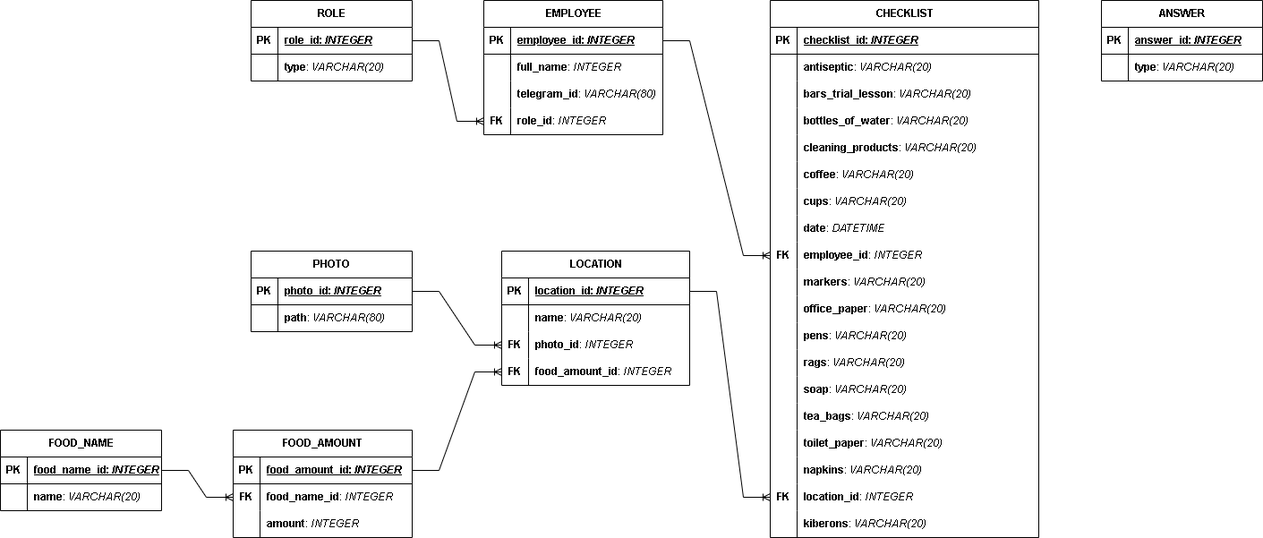
The draw.io diagram docs/KO_bot-DB.drawio.png in JovannaSG/TgBot_Kiberone, before a commit. Source tidied: cells renumbered, new cells last; positions are measured from the earlier drawing's top-left corner, leaving out a move shared by most shapes.
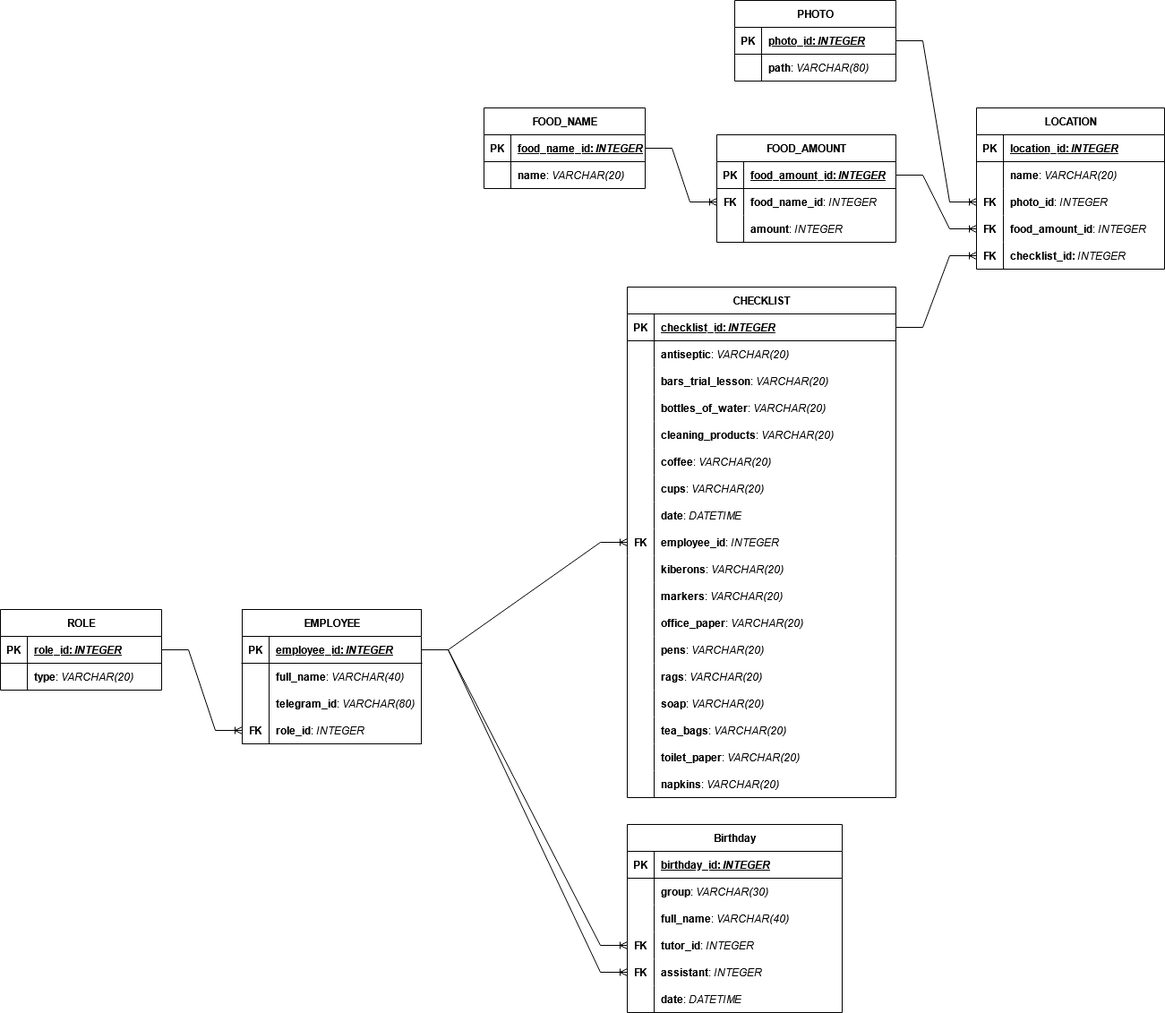
After the commit.

The edit, as a diff of the source:
```diff
@@ -4,4 +4,4 @@
     <mxCell id="1" parent="0" />
-    <mxCell id="2" value="&lt;b&gt;EMPLOYEE&lt;/b&gt;" style="shape=table;startSize=30;rowLines=0;fontStyle=1;align=center;html=1;" parent="1" vertex="1">
-      <mxGeometry x="540" width="200" height="150" as="geometry" />
+    <mxCell id="2" value="EMPLOYEE" style="shape=table;startSize=30;rowLines=0;fontStyle=1;align=center;html=1;" parent="1" vertex="1">
+      <mxGeometry x="40" y="560" width="200" height="150" as="geometry" />
     </mxCell>
@@ -22,3 +22,3 @@
     </mxCell>
-    <mxCell id="8" value="&lt;b&gt;full_name&lt;/b&gt;: &lt;i&gt;INTEGER&lt;/i&gt;" style="shape=partialRectangle;fillColor=none;top=0;left=0;bottom=0;right=0;align=left;spacingLeft=6;overflow=hidden;whiteSpace=wrap;html=1;" parent="6" vertex="1">
+    <mxCell id="8" value="&lt;b&gt;full_name&lt;/b&gt;: &lt;i&gt;VARCHAR(40)&lt;/i&gt;" style="shape=partialRectangle;fillColor=none;top=0;left=0;bottom=0;right=0;align=left;spacingLeft=6;overflow=hidden;whiteSpace=wrap;html=1;" parent="6" vertex="1">
       <mxGeometry x="30" width="170" height="30" as="geometry" />
@@ -44,3 +44,3 @@
     <mxCell id="15" value="CHECKLIST" style="shape=table;startSize=30;rowLines=0;fontStyle=1;align=center;html=1;" parent="1" vertex="1">
-      <mxGeometry x="860" width="300" height="600" as="geometry" />
+      <mxGeometry x="470" y="200" width="300" height="570" as="geometry" />
     </mxCell>
@@ -127,4 +127,13 @@
     </mxCell>
+    <mxCell id="130" style="shape=tableRow;horizontal=0;startSize=0;swimlaneHead=0;swimlaneBody=0;fillColor=none;top=0;left=0;right=0;bottom=0;" parent="15" vertex="1">
+      <mxGeometry y="300" width="300" height="30" as="geometry" />
+    </mxCell>
+    <mxCell id="131" style="shape=partialRectangle;fillColor=none;top=0;left=0;bottom=0;right=0;overflow=hidden;whiteSpace=wrap;html=1;" parent="130" vertex="1">
+      <mxGeometry width="30" height="30" as="geometry" />
+    </mxCell>
+    <mxCell id="72" value="&lt;b&gt;kiberons&lt;/b&gt;: &lt;i&gt;VARCHAR(20)&lt;/i&gt;" style="shape=partialRectangle;fillColor=none;top=0;left=0;bottom=0;right=0;align=left;spacingLeft=6;overflow=hidden;whiteSpace=wrap;html=1;" parent="130" vertex="1">
+      <mxGeometry x="30" width="270" height="30" as="geometry" />
+    </mxCell>
     <mxCell id="43" style="shape=tableRow;horizontal=0;startSize=0;swimlaneHead=0;swimlaneBody=0;fillColor=none;top=0;left=0;right=0;bottom=0;" parent="15" vertex="1">
-      <mxGeometry y="300" width="300" height="30" as="geometry" />
+      <mxGeometry y="330" width="300" height="30" as="geometry" />
     </mxCell>
@@ -137,3 +146,3 @@
     <mxCell id="46" style="shape=tableRow;horizontal=0;startSize=0;swimlaneHead=0;swimlaneBody=0;fillColor=none;top=0;left=0;right=0;bottom=0;" parent="15" vertex="1">
-      <mxGeometry y="330" width="300" height="30" as="geometry" />
+      <mxGeometry y="360" width="300" height="30" as="geometry" />
     </mxCell>
@@ -146,3 +155,3 @@
     <mxCell id="49" style="shape=tableRow;horizontal=0;startSize=0;swimlaneHead=0;swimlaneBody=0;fillColor=none;top=0;left=0;right=0;bottom=0;" parent="15" vertex="1">
-      <mxGeometry y="360" width="300" height="30" as="geometry" />
+      <mxGeometry y="390" width="300" height="30" as="geometry" />
     </mxCell>
@@ -155,3 +164,3 @@
     <mxCell id="52" style="shape=tableRow;horizontal=0;startSize=0;swimlaneHead=0;swimlaneBody=0;fillColor=none;top=0;left=0;right=0;bottom=0;" parent="15" vertex="1">
-      <mxGeometry y="390" width="300" height="30" as="geometry" />
+      <mxGeometry y="420" width="300" height="30" as="geometry" />
     </mxCell>
@@ -164,3 +173,3 @@
     <mxCell id="55" style="shape=tableRow;horizontal=0;startSize=0;swimlaneHead=0;swimlaneBody=0;fillColor=none;top=0;left=0;right=0;bottom=0;" parent="15" vertex="1">
-      <mxGeometry y="420" width="300" height="30" as="geometry" />
+      <mxGeometry y="450" width="300" height="30" as="geometry" />
     </mxCell>
@@ -173,3 +182,3 @@
     <mxCell id="58" style="shape=tableRow;horizontal=0;startSize=0;swimlaneHead=0;swimlaneBody=0;fillColor=none;top=0;left=0;right=0;bottom=0;" parent="15" vertex="1">
-      <mxGeometry y="450" width="300" height="30" as="geometry" />
+      <mxGeometry y="480" width="300" height="30" as="geometry" />
     </mxCell>
@@ -182,3 +191,3 @@
     <mxCell id="61" style="shape=tableRow;horizontal=0;startSize=0;swimlaneHead=0;swimlaneBody=0;fillColor=none;top=0;left=0;right=0;bottom=0;" parent="15" vertex="1">
-      <mxGeometry y="480" width="300" height="30" as="geometry" />
+      <mxGeometry y="510" width="300" height="30" as="geometry" />
     </mxCell>
@@ -191,3 +200,3 @@
     <mxCell id="64" style="shape=tableRow;horizontal=0;startSize=0;swimlaneHead=0;swimlaneBody=0;fillColor=none;top=0;left=0;right=0;bottom=0;" parent="15" vertex="1">
-      <mxGeometry y="510" width="300" height="30" as="geometry" />
+      <mxGeometry y="540" width="300" height="30" as="geometry" />
     </mxCell>
@@ -199,22 +208,4 @@
     </mxCell>
-    <mxCell id="67" style="shape=tableRow;horizontal=0;startSize=0;swimlaneHead=0;swimlaneBody=0;fillColor=none;points=[[0,0.5],[1,0.5]];portConstraint=eastwest;top=0;left=0;right=0;bottom=0;" parent="15" vertex="1">
-      <mxGeometry y="540" width="300" height="30" as="geometry" />
-    </mxCell>
-    <mxCell id="68" value="&lt;b&gt;FK&lt;/b&gt;" style="shape=partialRectangle;fillColor=none;top=0;left=0;bottom=0;right=0;overflow=hidden;whiteSpace=wrap;html=1;" parent="67" vertex="1">
-      <mxGeometry width="30" height="30" as="geometry" />
-    </mxCell>
-    <mxCell id="69" value="&lt;b&gt;location_id&lt;/b&gt;: &lt;i&gt;INTEGER&lt;/i&gt;" style="shape=partialRectangle;fillColor=none;top=0;left=0;bottom=0;right=0;align=left;spacingLeft=6;overflow=hidden;whiteSpace=wrap;html=1;" parent="67" vertex="1">
-      <mxGeometry x="30" width="270" height="30" as="geometry" />
-    </mxCell>
-    <mxCell id="70" style="shape=tableRow;horizontal=0;startSize=0;swimlaneHead=0;swimlaneBody=0;fillColor=none;top=0;left=0;right=0;bottom=0;" parent="15" vertex="1">
-      <mxGeometry y="570" width="300" height="30" as="geometry" />
-    </mxCell>
-    <mxCell id="71" style="shape=partialRectangle;fillColor=none;top=0;left=0;bottom=0;right=0;overflow=hidden;whiteSpace=wrap;html=1;" parent="70" vertex="1">
-      <mxGeometry width="30" height="30" as="geometry" />
-    </mxCell>
-    <mxCell id="72" value="&lt;b&gt;kiberons&lt;/b&gt;: &lt;i&gt;VARCHAR(20)&lt;/i&gt;" style="shape=partialRectangle;fillColor=none;top=0;left=0;bottom=0;right=0;align=left;spacingLeft=6;overflow=hidden;whiteSpace=wrap;html=1;" parent="70" vertex="1">
-      <mxGeometry x="30" width="270" height="30" as="geometry" />
-    </mxCell>
     <mxCell id="73" value="LOCATION" style="shape=table;startSize=30;rowLines=0;fontStyle=1;align=center;html=1;" parent="1" vertex="1">
-      <mxGeometry x="560" y="280" width="210" height="150" as="geometry" />
+      <mxGeometry x="860" width="210" height="180" as="geometry" />
     </mxCell>
@@ -256,7 +247,13 @@
     </mxCell>
-    <mxCell id="86" style="edgeStyle=entityRelationEdgeStyle;fontSize=12;html=1;endArrow=ERoneToMany;rounded=0;exitX=1;exitY=0.5;exitDx=0;exitDy=0;entryX=0;entryY=0.5;entryDx=0;entryDy=0;" parent="1" edge="1" source="3" target="40">
-      <mxGeometry relative="1" as="geometry" />
-    </mxCell>
+    <mxCell id="132" style="shape=tableRow;horizontal=0;startSize=0;swimlaneHead=0;swimlaneBody=0;fillColor=none;points=[[0,0.5],[1,0.5]];portConstraint=eastwest;top=0;left=0;right=0;bottom=0;" parent="73" vertex="1">
+      <mxGeometry y="150" width="210" height="30" as="geometry" />
+    </mxCell>
+    <mxCell id="133" value="&lt;b&gt;FK&lt;/b&gt;" style="shape=partialRectangle;fillColor=none;top=0;left=0;bottom=0;right=0;overflow=hidden;whiteSpace=wrap;html=1;" parent="132" vertex="1">
+      <mxGeometry width="30" height="30" as="geometry" />
+    </mxCell>
+    <mxCell id="134" value="&lt;span style=&quot;font-weight: 700; text-align: center; text-wrap-mode: nowrap;&quot;&gt;checklist_id: &lt;/span&gt;&lt;span style=&quot;text-align: center; text-wrap-mode: nowrap;&quot;&gt;&lt;i&gt;INTEGER&lt;/i&gt;&lt;/span&gt;" style="shape=partialRectangle;fillColor=none;top=0;left=0;bottom=0;right=0;align=left;spacingLeft=6;overflow=hidden;whiteSpace=wrap;html=1;" parent="132" vertex="1">
+      <mxGeometry x="30" width="180" height="30" as="geometry" />
+    </mxCell>
     <mxCell id="87" value="PHOTO" style="shape=table;startSize=30;rowLines=0;fontStyle=1;align=center;html=1;" parent="1" vertex="1">
-      <mxGeometry x="280" y="280" width="180" height="90" as="geometry" />
+      <mxGeometry x="590" y="-120" width="180" height="90" as="geometry" />
     </mxCell>
@@ -284,3 +281,3 @@
     <mxCell id="95" value="FOOD_NAME" style="shape=table;startSize=30;rowLines=0;fontStyle=1;align=center;html=1;" parent="1" vertex="1">
-      <mxGeometry y="480" width="180" height="90" as="geometry" />
+      <mxGeometry x="310" width="180" height="90" as="geometry" />
     </mxCell>
@@ -305,3 +302,3 @@
     <mxCell id="102" value="FOOD_AMOUNT" style="shape=table;startSize=30;rowLines=0;fontStyle=1;align=center;html=1;" parent="1" vertex="1">
-      <mxGeometry x="260" y="480" width="200" height="120" as="geometry" />
+      <mxGeometry x="570" y="30" width="200" height="120" as="geometry" />
     </mxCell>
@@ -338,3 +335,3 @@
     <mxCell id="113" value="ROLE" style="shape=table;startSize=30;rowLines=0;fontStyle=1;align=center;html=1;" parent="1" vertex="1">
-      <mxGeometry x="280" width="180" height="90" as="geometry" />
+      <mxGeometry x="-230" y="560" width="180" height="90" as="geometry" />
     </mxCell>
@@ -358,2 +355,68 @@
     </mxCell>
+    <mxCell id="129" style="edgeStyle=entityRelationEdgeStyle;fontSize=12;html=1;endArrow=ERoneToMany;rounded=0;exitX=1;exitY=0.5;exitDx=0;exitDy=0;entryX=0;entryY=0.5;entryDx=0;entryDy=0;" parent="1" edge="1" source="103" target="83">
+      <mxGeometry relative="1" as="geometry" />
+    </mxCell>
+    <mxCell id="135" value="Birthday" style="shape=table;startSize=30;rowLines=0;fontStyle=1;align=center;html=1;" parent="1" vertex="1">
+      <mxGeometry x="470" y="800" width="240" height="210" as="geometry" />
+    </mxCell>
+    <mxCell id="136" style="shape=tableRow;horizontal=0;startSize=0;swimlaneHead=0;swimlaneBody=0;fillColor=none;top=0;left=0;right=0;bottom=1;" parent="135" vertex="1">
+      <mxGeometry y="30" width="240" height="30" as="geometry" />
+    </mxCell>
+    <mxCell id="123" value="PK" style="shape=partialRectangle;fillColor=none;top=0;left=0;bottom=0;right=0;fontStyle=1;overflow=hidden;whiteSpace=wrap;html=1;" parent="136" vertex="1">
+      <mxGeometry width="30" height="30" as="geometry" />
+    </mxCell>
+    <mxCell id="137" value="birthday_id: &lt;i&gt;INTEGER&lt;/i&gt;" style="shape=partialRectangle;fillColor=none;top=0;left=0;bottom=0;right=0;align=left;spacingLeft=6;fontStyle=5;overflow=hidden;whiteSpace=wrap;html=1;" parent="136" vertex="1">
+      <mxGeometry x="30" width="210" height="30" as="geometry" />
+    </mxCell>
+    <mxCell id="138" style="shape=tableRow;horizontal=0;startSize=0;swimlaneHead=0;swimlaneBody=0;fillColor=none;top=0;left=0;right=0;bottom=0;" parent="135" vertex="1">
+      <mxGeometry y="60" width="240" height="30" as="geometry" />
+    </mxCell>
+    <mxCell id="139" style="shape=partialRectangle;fillColor=none;top=0;left=0;bottom=0;right=0;overflow=hidden;whiteSpace=wrap;html=1;" parent="138" vertex="1">
+      <mxGeometry width="30" height="30" as="geometry" />
+    </mxCell>
+    <mxCell id="140" value="&lt;b&gt;group&lt;/b&gt;: &lt;i&gt;VARCHAR(30)&lt;/i&gt;" style="shape=partialRectangle;fillColor=none;top=0;left=0;bottom=0;right=0;align=left;spacingLeft=6;overflow=hidden;whiteSpace=wrap;html=1;" parent="138" vertex="1">
+      <mxGeometry x="30" width="210" height="30" as="geometry" />
+    </mxCell>
+    <mxCell id="141" style="shape=tableRow;horizontal=0;startSize=0;swimlaneHead=0;swimlaneBody=0;fillColor=none;top=0;left=0;right=0;bottom=0;" parent="135" vertex="1">
+      <mxGeometry y="90" width="240" height="30" as="geometry" />
+    </mxCell>
+    <mxCell id="142" style="shape=partialRectangle;fillColor=none;top=0;left=0;bottom=0;right=0;overflow=hidden;whiteSpace=wrap;html=1;" parent="141" vertex="1">
+      <mxGeometry width="30" height="30" as="geometry" />
+    </mxCell>
+    <mxCell id="143" value="&lt;b&gt;full_name&lt;/b&gt;: &lt;i&gt;VARCHAR(40)&lt;/i&gt;" style="shape=partialRectangle;fillColor=none;top=0;left=0;bottom=0;right=0;align=left;spacingLeft=6;overflow=hidden;whiteSpace=wrap;html=1;" parent="141" vertex="1">
+      <mxGeometry x="30" width="210" height="30" as="geometry" />
+    </mxCell>
+    <mxCell id="144" style="shape=tableRow;horizontal=0;startSize=0;swimlaneHead=0;swimlaneBody=0;fillColor=none;points=[[0,0.5],[1,0.5]];portConstraint=eastwest;top=0;left=0;right=0;bottom=0;" parent="135" vertex="1">
+      <mxGeometry y="120" width="240" height="30" as="geometry" />
+    </mxCell>
+    <mxCell id="145" value="&lt;b&gt;FK&lt;/b&gt;" style="shape=partialRectangle;fillColor=none;top=0;left=0;bottom=0;right=0;overflow=hidden;whiteSpace=wrap;html=1;" parent="144" vertex="1">
+      <mxGeometry width="30" height="30" as="geometry" />
+    </mxCell>
+    <mxCell id="146" value="&lt;b&gt;tutor_id&lt;/b&gt;: &lt;i&gt;INTEGER&lt;/i&gt;" style="shape=partialRectangle;fillColor=none;top=0;left=0;bottom=0;right=0;align=left;spacingLeft=6;overflow=hidden;whiteSpace=wrap;html=1;" parent="144" vertex="1">
+      <mxGeometry x="30" width="210" height="30" as="geometry" />
+    </mxCell>
+    <mxCell id="147" style="shape=tableRow;horizontal=0;startSize=0;swimlaneHead=0;swimlaneBody=0;fillColor=none;points=[[0,0.5],[1,0.5]];portConstraint=eastwest;top=0;left=0;right=0;bottom=0;" parent="135" vertex="1">
+      <mxGeometry y="150" width="240" height="30" as="geometry" />
+    </mxCell>
+    <mxCell id="148" value="&lt;b&gt;FK&lt;/b&gt;" style="shape=partialRectangle;fillColor=none;top=0;left=0;bottom=0;right=0;overflow=hidden;whiteSpace=wrap;html=1;" parent="147" vertex="1">
+      <mxGeometry width="30" height="30" as="geometry" />
+    </mxCell>
+    <mxCell id="149" value="&lt;b&gt;assistant&lt;/b&gt;: &lt;i&gt;INTEGER&lt;/i&gt;" style="shape=partialRectangle;fillColor=none;top=0;left=0;bottom=0;right=0;align=left;spacingLeft=6;overflow=hidden;whiteSpace=wrap;html=1;" parent="147" vertex="1">
+      <mxGeometry x="30" width="210" height="30" as="geometry" />
+    </mxCell>
+    <mxCell id="150" style="shape=tableRow;horizontal=0;startSize=0;swimlaneHead=0;swimlaneBody=0;fillColor=none;top=0;left=0;right=0;bottom=0;" parent="135" vertex="1">
+      <mxGeometry y="180" width="240" height="30" as="geometry" />
+    </mxCell>
+    <mxCell id="151" style="shape=partialRectangle;fillColor=none;top=0;left=0;bottom=0;right=0;overflow=hidden;whiteSpace=wrap;html=1;" parent="150" vertex="1">
+      <mxGeometry width="30" height="30" as="geometry" />
+    </mxCell>
+    <mxCell id="152" value="&lt;b&gt;date&lt;/b&gt;: &lt;i&gt;DATETIME&lt;/i&gt;" style="shape=partialRectangle;fillColor=none;top=0;left=0;bottom=0;right=0;align=left;spacingLeft=6;overflow=hidden;whiteSpace=wrap;html=1;" parent="150" vertex="1">
+      <mxGeometry x="30" width="210" height="30" as="geometry" />
+    </mxCell>
+    <mxCell id="153" style="edgeStyle=entityRelationEdgeStyle;fontSize=12;html=1;endArrow=ERoneToMany;rounded=0;exitX=1;exitY=0.5;exitDx=0;exitDy=0;entryX=0;entryY=0.5;entryDx=0;entryDy=0;" parent="1" edge="1" source="16" target="132">
+      <mxGeometry relative="1" as="geometry" />
+    </mxCell>
+    <mxCell id="86" style="edgeStyle=entityRelationEdgeStyle;fontSize=12;html=1;endArrow=ERoneToMany;rounded=0;exitX=1;exitY=0.5;exitDx=0;exitDy=0;entryX=0;entryY=0.5;entryDx=0;entryDy=0;" parent="1" edge="1" source="3" target="40">
+      <mxGeometry relative="1" as="geometry" />
+    </mxCell>
     <mxCell id="120" style="edgeStyle=entityRelationEdgeStyle;fontSize=12;html=1;endArrow=ERoneToMany;rounded=0;exitX=1;exitY=0.5;exitDx=0;exitDy=0;entryX=0;entryY=0.5;entryDx=0;entryDy=0;" parent="1" edge="1" source="114" target="12">
@@ -361,29 +424,8 @@
     </mxCell>
-    <mxCell id="121" value="ANSWER" style="shape=table;startSize=30;rowLines=0;fontStyle=1;align=center;html=1;" parent="1" vertex="1">
-      <mxGeometry x="1230" width="180" height="90" as="geometry" />
-    </mxCell>
-    <mxCell id="122" style="shape=tableRow;horizontal=0;startSize=0;swimlaneHead=0;swimlaneBody=0;fillColor=none;top=0;left=0;right=0;bottom=1;" parent="121" vertex="1">
-      <mxGeometry y="30" width="180" height="30" as="geometry" />
-    </mxCell>
-    <mxCell id="123" value="PK" style="shape=partialRectangle;fillColor=none;top=0;left=0;bottom=0;right=0;fontStyle=1;overflow=hidden;whiteSpace=wrap;html=1;" parent="122" vertex="1">
-      <mxGeometry width="30" height="30" as="geometry" />
-    </mxCell>
-    <mxCell id="124" value="answer_id: &lt;i&gt;INTEGER&lt;/i&gt;" style="shape=partialRectangle;fillColor=none;top=0;left=0;bottom=0;right=0;align=left;spacingLeft=6;fontStyle=5;overflow=hidden;whiteSpace=wrap;html=1;" parent="122" vertex="1">
-      <mxGeometry x="30" width="150" height="30" as="geometry" />
-    </mxCell>
-    <mxCell id="125" style="shape=tableRow;horizontal=0;startSize=0;swimlaneHead=0;swimlaneBody=0;fillColor=none;top=0;left=0;right=0;bottom=0;" parent="121" vertex="1">
-      <mxGeometry y="60" width="180" height="30" as="geometry" />
-    </mxCell>
-    <mxCell id="126" style="shape=partialRectangle;fillColor=none;top=0;left=0;bottom=0;right=0;overflow=hidden;whiteSpace=wrap;html=1;" parent="125" vertex="1">
-      <mxGeometry width="30" height="30" as="geometry" />
-    </mxCell>
-    <mxCell id="127" value="&lt;b&gt;type&lt;/b&gt;: &lt;i&gt;VARCHAR(20)&lt;/i&gt;" style="shape=partialRectangle;fillColor=none;top=0;left=0;bottom=0;right=0;align=left;spacingLeft=6;overflow=hidden;whiteSpace=wrap;html=1;" parent="125" vertex="1">
-      <mxGeometry x="30" width="150" height="30" as="geometry" />
-    </mxCell>
-    <mxCell id="128" style="edgeStyle=entityRelationEdgeStyle;fontSize=12;html=1;endArrow=ERoneToMany;rounded=0;exitX=1;exitY=0.5;exitDx=0;exitDy=0;entryX=0;entryY=0.5;entryDx=0;entryDy=0;" parent="1" edge="1" source="74" target="67">
-      <mxGeometry relative="1" as="geometry" />
-    </mxCell>
-    <mxCell id="129" style="edgeStyle=entityRelationEdgeStyle;fontSize=12;html=1;endArrow=ERoneToMany;rounded=0;exitX=1;exitY=0.5;exitDx=0;exitDy=0;entryX=0;entryY=0.5;entryDx=0;entryDy=0;" parent="1" edge="1" source="103" target="83">
-      <mxGeometry relative="1" as="geometry" />
-    </mxCell>
+    <mxCell id="154" style="edgeStyle=entityRelationEdgeStyle;fontSize=12;html=1;endArrow=ERoneToMany;rounded=0;exitX=1;exitY=0.5;exitDx=0;exitDy=0;entryX=0;entryY=0.5;entryDx=0;entryDy=0;" parent="1" edge="1" source="3" target="144">
+      <mxGeometry relative="1" as="geometry" />
+    </mxCell>
+    <mxCell id="155" style="edgeStyle=entityRelationEdgeStyle;fontSize=12;html=1;endArrow=ERoneToMany;rounded=0;exitX=1;exitY=0.5;exitDx=0;exitDy=0;entryX=0;entryY=0.5;entryDx=0;entryDy=0;" parent="1" edge="1" source="3" target="147">
+      <mxGeometry relative="1" as="geometry" />
+    </mxCell>
   </root>
```
